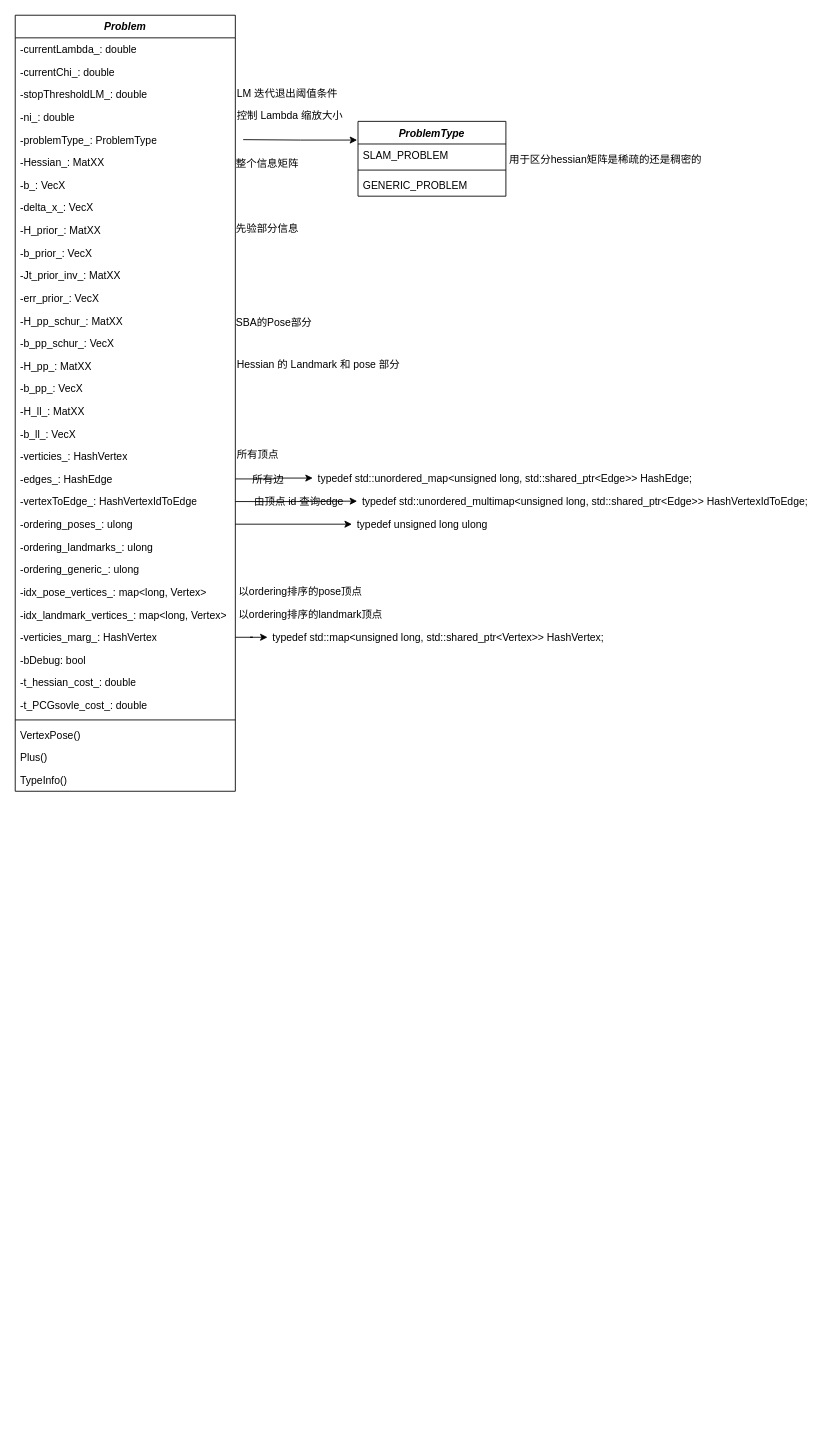
Before: Problem.drawio in liu-moon/img, a draw.io diagram. Source tidied: cells renumbered, new cells numbered last; positions are measured from the earlier drawing's top-left corner, leaving out a move shared by most shapes. Both pictures are drawn from the tidied source at 87%, with x=0, y=0 at pixel (15, 15).
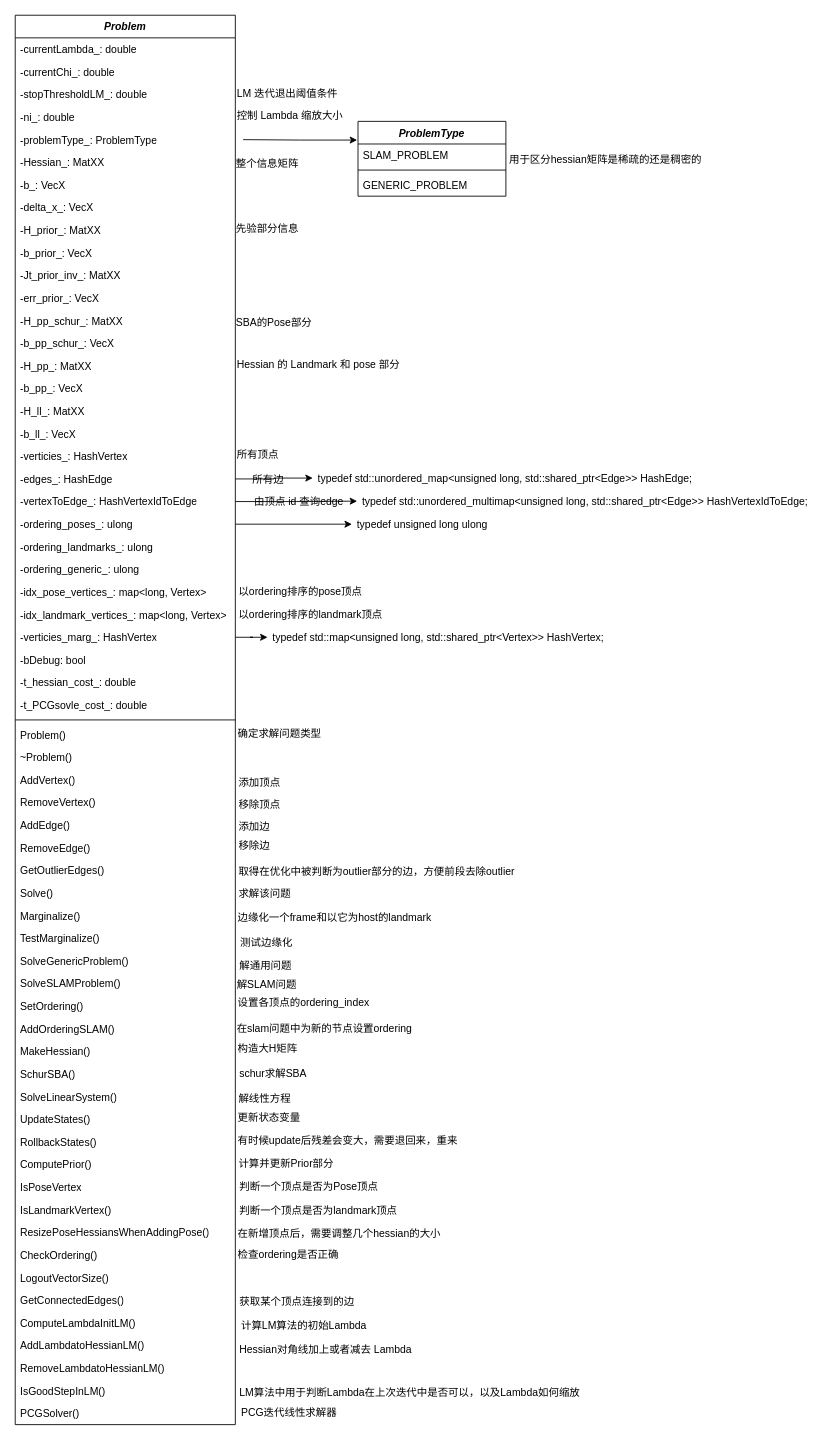
The same page after the edit.

Change to the diagram source:
```diff
@@
     <mxCell id="2" value="&lt;i&gt;Problem&lt;/i&gt;" style="swimlane;fontStyle=1;align=center;verticalAlign=top;horizontal=1;startSize=26;whiteSpace=wrap;html=1;" parent="1" vertex="1">
-      <mxGeometry width="253" height="892" as="geometry" />
+      <mxGeometry width="253" height="1620" as="geometry" />
     </mxCell>
@@
-    <mxCell id="34" value="VertexPose()" style="text;strokeColor=none;fillColor=none;align=left;verticalAlign=top;spacingLeft=4;spacingRight=4;overflow=hidden;whiteSpace=wrap;html=1;" parent="2" vertex="1">
+    <mxCell id="34" value="Problem()" style="text;strokeColor=none;fillColor=none;align=left;verticalAlign=top;spacingLeft=4;spacingRight=4;overflow=hidden;whiteSpace=wrap;html=1;" parent="2" vertex="1">
       <mxGeometry y="814" width="253" height="26" as="geometry" />
     </mxCell>
-    <mxCell id="35" value="Plus()" style="text;strokeColor=none;fillColor=none;align=left;verticalAlign=top;spacingLeft=4;spacingRight=4;overflow=hidden;whiteSpace=wrap;html=1;" parent="2" vertex="1">
+    <mxCell id="35" value="~Problem()" style="text;strokeColor=none;fillColor=none;align=left;verticalAlign=top;spacingLeft=4;spacingRight=4;overflow=hidden;whiteSpace=wrap;html=1;" parent="2" vertex="1">
       <mxGeometry y="840" width="253" height="26" as="geometry" />
     </mxCell>
+    <mxCell id="62" value="AddVertex()" style="text;strokeColor=none;fillColor=none;align=left;verticalAlign=top;spacingLeft=4;spacingRight=4;overflow=hidden;whiteSpace=wrap;html=1;" parent="2" vertex="1">
+      <mxGeometry y="866" width="253" height="26" as="geometry" />
+    </mxCell>
+    <mxCell id="63" value="RemoveVertex()" style="text;strokeColor=none;fillColor=none;align=left;verticalAlign=top;spacingLeft=4;spacingRight=4;overflow=hidden;whiteSpace=wrap;html=1;" parent="2" vertex="1">
+      <mxGeometry y="892" width="253" height="26" as="geometry" />
+    </mxCell>
+    <mxCell id="64" value="AddEdge()" style="text;strokeColor=none;fillColor=none;align=left;verticalAlign=top;spacingLeft=4;spacingRight=4;overflow=hidden;whiteSpace=wrap;html=1;" parent="2" vertex="1">
+      <mxGeometry y="918" width="253" height="26" as="geometry" />
+    </mxCell>
+    <mxCell id="65" value="RemoveEdge()" style="text;strokeColor=none;fillColor=none;align=left;verticalAlign=top;spacingLeft=4;spacingRight=4;overflow=hidden;whiteSpace=wrap;html=1;" parent="2" vertex="1">
+      <mxGeometry y="944" width="253" height="26" as="geometry" />
+    </mxCell>
+    <mxCell id="66" value="GetOutlierEdges()" style="text;strokeColor=none;fillColor=none;align=left;verticalAlign=top;spacingLeft=4;spacingRight=4;overflow=hidden;whiteSpace=wrap;html=1;" parent="2" vertex="1">
+      <mxGeometry y="970" width="253" height="26" as="geometry" />
+    </mxCell>
+    <mxCell id="67" value="Solve()" style="text;strokeColor=none;fillColor=none;align=left;verticalAlign=top;spacingLeft=4;spacingRight=4;overflow=hidden;whiteSpace=wrap;html=1;" parent="2" vertex="1">
+      <mxGeometry y="996" width="253" height="26" as="geometry" />
+    </mxCell>
+    <mxCell id="68" value="Marginalize()" style="text;strokeColor=none;fillColor=none;align=left;verticalAlign=top;spacingLeft=4;spacingRight=4;overflow=hidden;whiteSpace=wrap;html=1;" parent="2" vertex="1">
+      <mxGeometry y="1022" width="253" height="26" as="geometry" />
+    </mxCell>
+    <mxCell id="69" value="TestMarginalize()" style="text;strokeColor=none;fillColor=none;align=left;verticalAlign=top;spacingLeft=4;spacingRight=4;overflow=hidden;whiteSpace=wrap;html=1;" parent="2" vertex="1">
+      <mxGeometry y="1048" width="253" height="26" as="geometry" />
+    </mxCell>
+    <mxCell id="70" value="SolveGenericProblem()" style="text;strokeColor=none;fillColor=none;align=left;verticalAlign=top;spacingLeft=4;spacingRight=4;overflow=hidden;whiteSpace=wrap;html=1;" parent="2" vertex="1">
+      <mxGeometry y="1074" width="253" height="26" as="geometry" />
+    </mxCell>
+    <mxCell id="71" value="SolveSLAMProblem()" style="text;strokeColor=none;fillColor=none;align=left;verticalAlign=top;spacingLeft=4;spacingRight=4;overflow=hidden;whiteSpace=wrap;html=1;" parent="2" vertex="1">
+      <mxGeometry y="1100" width="253" height="26" as="geometry" />
+    </mxCell>
+    <mxCell id="72" value="SetOrdering()" style="text;strokeColor=none;fillColor=none;align=left;verticalAlign=top;spacingLeft=4;spacingRight=4;overflow=hidden;whiteSpace=wrap;html=1;" parent="2" vertex="1">
+      <mxGeometry y="1126" width="253" height="26" as="geometry" />
+    </mxCell>
+    <mxCell id="73" value="AddOrderingSLAM()" style="text;strokeColor=none;fillColor=none;align=left;verticalAlign=top;spacingLeft=4;spacingRight=4;overflow=hidden;whiteSpace=wrap;html=1;" parent="2" vertex="1">
+      <mxGeometry y="1152" width="253" height="26" as="geometry" />
+    </mxCell>
+    <mxCell id="74" value="MakeHessian()" style="text;strokeColor=none;fillColor=none;align=left;verticalAlign=top;spacingLeft=4;spacingRight=4;overflow=hidden;whiteSpace=wrap;html=1;" parent="2" vertex="1">
+      <mxGeometry y="1178" width="253" height="26" as="geometry" />
+    </mxCell>
+    <mxCell id="75" value="SchurSBA()" style="text;strokeColor=none;fillColor=none;align=left;verticalAlign=top;spacingLeft=4;spacingRight=4;overflow=hidden;whiteSpace=wrap;html=1;" parent="2" vertex="1">
+      <mxGeometry y="1204" width="253" height="26" as="geometry" />
+    </mxCell>
+    <mxCell id="76" value="SolveLinearSystem()" style="text;strokeColor=none;fillColor=none;align=left;verticalAlign=top;spacingLeft=4;spacingRight=4;overflow=hidden;whiteSpace=wrap;html=1;" parent="2" vertex="1">
+      <mxGeometry y="1230" width="253" height="26" as="geometry" />
+    </mxCell>
+    <mxCell id="77" value="UpdateStates()" style="text;strokeColor=none;fillColor=none;align=left;verticalAlign=top;spacingLeft=4;spacingRight=4;overflow=hidden;whiteSpace=wrap;html=1;" parent="2" vertex="1">
+      <mxGeometry y="1256" width="253" height="26" as="geometry" />
+    </mxCell>
+    <mxCell id="78" value="RollbackStates()" style="text;strokeColor=none;fillColor=none;align=left;verticalAlign=top;spacingLeft=4;spacingRight=4;overflow=hidden;whiteSpace=wrap;html=1;" parent="2" vertex="1">
+      <mxGeometry y="1282" width="253" height="26" as="geometry" />
+    </mxCell>
+    <mxCell id="79" value="ComputePrior()" style="text;strokeColor=none;fillColor=none;align=left;verticalAlign=top;spacingLeft=4;spacingRight=4;overflow=hidden;whiteSpace=wrap;html=1;" parent="2" vertex="1">
+      <mxGeometry y="1308" width="253" height="26" as="geometry" />
+    </mxCell>
+    <mxCell id="80" value="IsPoseVertex" style="text;strokeColor=none;fillColor=none;align=left;verticalAlign=top;spacingLeft=4;spacingRight=4;overflow=hidden;whiteSpace=wrap;html=1;" parent="2" vertex="1">
+      <mxGeometry y="1334" width="253" height="26" as="geometry" />
+    </mxCell>
+    <mxCell id="81" value="IsLandmarkVertex()" style="text;strokeColor=none;fillColor=none;align=left;verticalAlign=top;spacingLeft=4;spacingRight=4;overflow=hidden;whiteSpace=wrap;html=1;" parent="2" vertex="1">
+      <mxGeometry y="1360" width="253" height="26" as="geometry" />
+    </mxCell>
+    <mxCell id="82" value="ResizePoseHessiansWhenAddingPose()" style="text;strokeColor=none;fillColor=none;align=left;verticalAlign=top;spacingLeft=4;spacingRight=4;overflow=hidden;whiteSpace=wrap;html=1;" parent="2" vertex="1">
+      <mxGeometry y="1386" width="253" height="26" as="geometry" />
+    </mxCell>
+    <mxCell id="83" value="CheckOrdering()" style="text;strokeColor=none;fillColor=none;align=left;verticalAlign=top;spacingLeft=4;spacingRight=4;overflow=hidden;whiteSpace=wrap;html=1;" parent="2" vertex="1">
+      <mxGeometry y="1412" width="253" height="26" as="geometry" />
+    </mxCell>
+    <mxCell id="84" value="LogoutVectorSize()" style="text;strokeColor=none;fillColor=none;align=left;verticalAlign=top;spacingLeft=4;spacingRight=4;overflow=hidden;whiteSpace=wrap;html=1;" parent="2" vertex="1">
+      <mxGeometry y="1438" width="253" height="26" as="geometry" />
+    </mxCell>
+    <mxCell id="85" value="GetConnectedEdges()" style="text;strokeColor=none;fillColor=none;align=left;verticalAlign=top;spacingLeft=4;spacingRight=4;overflow=hidden;whiteSpace=wrap;html=1;" parent="2" vertex="1">
+      <mxGeometry y="1464" width="253" height="26" as="geometry" />
+    </mxCell>
+    <mxCell id="86" value="ComputeLambdaInitLM()" style="text;strokeColor=none;fillColor=none;align=left;verticalAlign=top;spacingLeft=4;spacingRight=4;overflow=hidden;whiteSpace=wrap;html=1;" parent="2" vertex="1">
+      <mxGeometry y="1490" width="253" height="26" as="geometry" />
+    </mxCell>
+    <mxCell id="87" value="AddLambdatoHessianLM()" style="text;strokeColor=none;fillColor=none;align=left;verticalAlign=top;spacingLeft=4;spacingRight=4;overflow=hidden;whiteSpace=wrap;html=1;" parent="2" vertex="1">
+      <mxGeometry y="1516" width="253" height="26" as="geometry" />
+    </mxCell>
+    <mxCell id="88" value="RemoveLambdatoHessianLM()" style="text;strokeColor=none;fillColor=none;align=left;verticalAlign=top;spacingLeft=4;spacingRight=4;overflow=hidden;whiteSpace=wrap;html=1;" parent="2" vertex="1">
+      <mxGeometry y="1542" width="253" height="26" as="geometry" />
+    </mxCell>
+    <mxCell id="89" value="IsGoodStepInLM()" style="text;strokeColor=none;fillColor=none;align=left;verticalAlign=top;spacingLeft=4;spacingRight=4;overflow=hidden;whiteSpace=wrap;html=1;" parent="2" vertex="1">
+      <mxGeometry y="1568" width="253" height="26" as="geometry" />
+    </mxCell>
-    <mxCell id="36" value="TypeInfo()" style="text;strokeColor=none;fillColor=none;align=left;verticalAlign=top;spacingLeft=4;spacingRight=4;overflow=hidden;whiteSpace=wrap;html=1;" parent="2" vertex="1">
-      <mxGeometry y="866" width="253" height="26" as="geometry" />
+    <mxCell id="36" value="PCGSolver()" style="text;strokeColor=none;fillColor=none;align=left;verticalAlign=top;spacingLeft=4;spacingRight=4;overflow=hidden;whiteSpace=wrap;html=1;" parent="2" vertex="1">
+      <mxGeometry y="1594" width="253" height="26" as="geometry" />
     </mxCell>
@@
+    <mxCell id="90" value="确定求解问题类型" style="text;html=1;align=left;verticalAlign=middle;strokeColor=none;fillColor=none;" parent="1" vertex="1">
+      <mxGeometry x="253.5" y="812" width="115" height="27" as="geometry" />
+    </mxCell>
+    <mxCell id="91" value="添加顶点" style="text;html=1;align=left;verticalAlign=middle;strokeColor=none;fillColor=none;" parent="1" vertex="1">
+      <mxGeometry x="255" y="869" width="67" height="27" as="geometry" />
+    </mxCell>
+    <mxCell id="92" value="移除顶点" style="text;html=1;align=left;verticalAlign=middle;strokeColor=none;fillColor=none;" parent="1" vertex="1">
+      <mxGeometry x="255" y="894" width="67" height="27" as="geometry" />
+    </mxCell>
+    <mxCell id="93" value="添加边" style="text;html=1;align=left;verticalAlign=middle;strokeColor=none;fillColor=none;" parent="1" vertex="1">
+      <mxGeometry x="255" y="919" width="55" height="27" as="geometry" />
+    </mxCell>
+    <mxCell id="94" value="移除边" style="text;html=1;align=left;verticalAlign=middle;strokeColor=none;fillColor=none;" parent="1" vertex="1">
+      <mxGeometry x="255" y="941" width="55" height="27" as="geometry" />
+    </mxCell>
+    <mxCell id="95" value="取得在优化中被判断为outlier部分的边，方便前段去除outlier" style="text;html=1;align=left;verticalAlign=middle;strokeColor=none;fillColor=none;" parent="1" vertex="1">
+      <mxGeometry x="255" y="971" width="336" height="27" as="geometry" />
+    </mxCell>
+    <mxCell id="96" value="求解该问题" style="text;html=1;align=left;verticalAlign=middle;strokeColor=none;fillColor=none;" parent="1" vertex="1">
+      <mxGeometry x="255" y="996" width="79" height="27" as="geometry" />
+    </mxCell>
+    <mxCell id="97" value="边缘化一个frame和以它为host的landmark" style="text;html=1;align=left;verticalAlign=middle;strokeColor=none;fillColor=none;" parent="1" vertex="1">
+      <mxGeometry x="254" y="1024" width="242" height="27" as="geometry" />
+    </mxCell>
+    <mxCell id="98" value="解通用问题" style="text;html=1;align=left;verticalAlign=middle;strokeColor=none;fillColor=none;" parent="1" vertex="1">
+      <mxGeometry x="256" y="1079" width="79" height="27" as="geometry" />
+    </mxCell>
+    <mxCell id="99" value="解SLAM问题" style="text;html=1;align=left;verticalAlign=middle;strokeColor=none;fillColor=none;" parent="1" vertex="1">
+      <mxGeometry x="253" y="1101" width="88" height="27" as="geometry" />
+    </mxCell>
+    <mxCell id="100" value="测试边缘化" style="text;html=1;align=left;verticalAlign=middle;strokeColor=none;fillColor=none;" parent="1" vertex="1">
+      <mxGeometry x="256.5" y="1052" width="79" height="27" as="geometry" />
+    </mxCell>
+    <mxCell id="101" value="设置各顶点的ordering_index" style="text;html=1;align=left;verticalAlign=middle;strokeColor=none;fillColor=none;" parent="1" vertex="1">
+      <mxGeometry x="253.5" y="1121" width="170" height="27" as="geometry" />
+    </mxCell>
+    <mxCell id="102" value="在slam问题中为新的节点设置ordering" style="text;html=1;align=left;verticalAlign=middle;strokeColor=none;fillColor=none;" parent="1" vertex="1">
+      <mxGeometry x="253" y="1151" width="220" height="27" as="geometry" />
+    </mxCell>
+    <mxCell id="103" value="构造大H矩阵" style="text;html=1;align=left;verticalAlign=middle;strokeColor=none;fillColor=none;" parent="1" vertex="1">
+      <mxGeometry x="253.5" y="1174" width="88" height="27" as="geometry" />
+    </mxCell>
+    <mxCell id="104" value="schur求解SBA" style="text;html=1;align=left;verticalAlign=middle;strokeColor=none;fillColor=none;" parent="1" vertex="1">
+      <mxGeometry x="256" y="1203" width="96" height="27" as="geometry" />
+    </mxCell>
+    <mxCell id="105" value="解线性方程" style="text;html=1;align=left;verticalAlign=middle;strokeColor=none;fillColor=none;" parent="1" vertex="1">
+      <mxGeometry x="255" y="1232" width="79" height="27" as="geometry" />
+    </mxCell>
+    <mxCell id="106" value="更新状态变量" style="text;html=1;align=left;verticalAlign=middle;strokeColor=none;fillColor=none;" parent="1" vertex="1">
+      <mxGeometry x="254" y="1253" width="91" height="27" as="geometry" />
+    </mxCell>
+    <mxCell id="107" value="有时候update后残差会变大，需要退回来，重来" style="text;html=1;align=left;verticalAlign=middle;strokeColor=none;fillColor=none;" parent="1" vertex="1">
+      <mxGeometry x="254" y="1280" width="271" height="27" as="geometry" />
+    </mxCell>
+    <mxCell id="108" value="计算并更新Prior部分" style="text;html=1;align=left;verticalAlign=middle;strokeColor=none;fillColor=none;" parent="1" vertex="1">
+      <mxGeometry x="255" y="1306" width="128" height="27" as="geometry" />
+    </mxCell>
+    <mxCell id="109" value="判断一个顶点是否为Pose顶点" style="text;html=1;align=left;verticalAlign=middle;strokeColor=none;fillColor=none;" parent="1" vertex="1">
+      <mxGeometry x="256" y="1333" width="178" height="27" as="geometry" />
+    </mxCell>
+    <mxCell id="110" value="判断一个顶点是否为landmark顶点" style="text;html=1;align=left;verticalAlign=middle;strokeColor=none;fillColor=none;" parent="1" vertex="1">
+      <mxGeometry x="256" y="1360" width="200" height="27" as="geometry" />
+    </mxCell>
+    <mxCell id="111" value="在新增顶点后，需要调整几个hessian的大小" style="text;html=1;align=left;verticalAlign=middle;strokeColor=none;fillColor=none;" parent="1" vertex="1">
+      <mxGeometry x="254" y="1387" width="252" height="27" as="geometry" />
+    </mxCell>
+    <mxCell id="112" value="检查ordering是否正确" style="text;html=1;align=left;verticalAlign=middle;strokeColor=none;fillColor=none;" parent="1" vertex="1">
+      <mxGeometry x="254" y="1411" width="135" height="27" as="geometry" />
+    </mxCell>
+    <mxCell id="113" value="获取某个顶点连接到的边" style="text;html=1;align=left;verticalAlign=middle;strokeColor=none;fillColor=none;" parent="1" vertex="1">
+      <mxGeometry x="255.5" y="1465" width="151" height="27" as="geometry" />
+    </mxCell>
+    <mxCell id="114" value="计算LM算法的初始Lambda" style="text;html=1;align=left;verticalAlign=middle;strokeColor=none;fillColor=none;" parent="1" vertex="1">
+      <mxGeometry x="258" y="1493" width="163" height="27" as="geometry" />
+    </mxCell>
+    <mxCell id="115" value="Hessian对角线加上或者减去 Lambda" style="text;html=1;align=left;verticalAlign=middle;strokeColor=none;fillColor=none;" parent="1" vertex="1">
+      <mxGeometry x="255.5" y="1520" width="217" height="27" as="geometry" />
+    </mxCell>
+    <mxCell id="116" value="LM算法中用于判断Lambda在上次迭代中是否可以，以及Lambda如何缩放" style="text;html=1;align=left;verticalAlign=middle;strokeColor=none;fillColor=none;" parent="1" vertex="1">
+      <mxGeometry x="255.5" y="1570" width="410" height="27" as="geometry" />
+    </mxCell>
+    <mxCell id="117" value="PCG迭代线性求解器" style="text;html=1;align=left;verticalAlign=middle;strokeColor=none;fillColor=none;" parent="1" vertex="1">
+      <mxGeometry x="258" y="1593" width="129" height="27" as="geometry" />
+    </mxCell>
```
